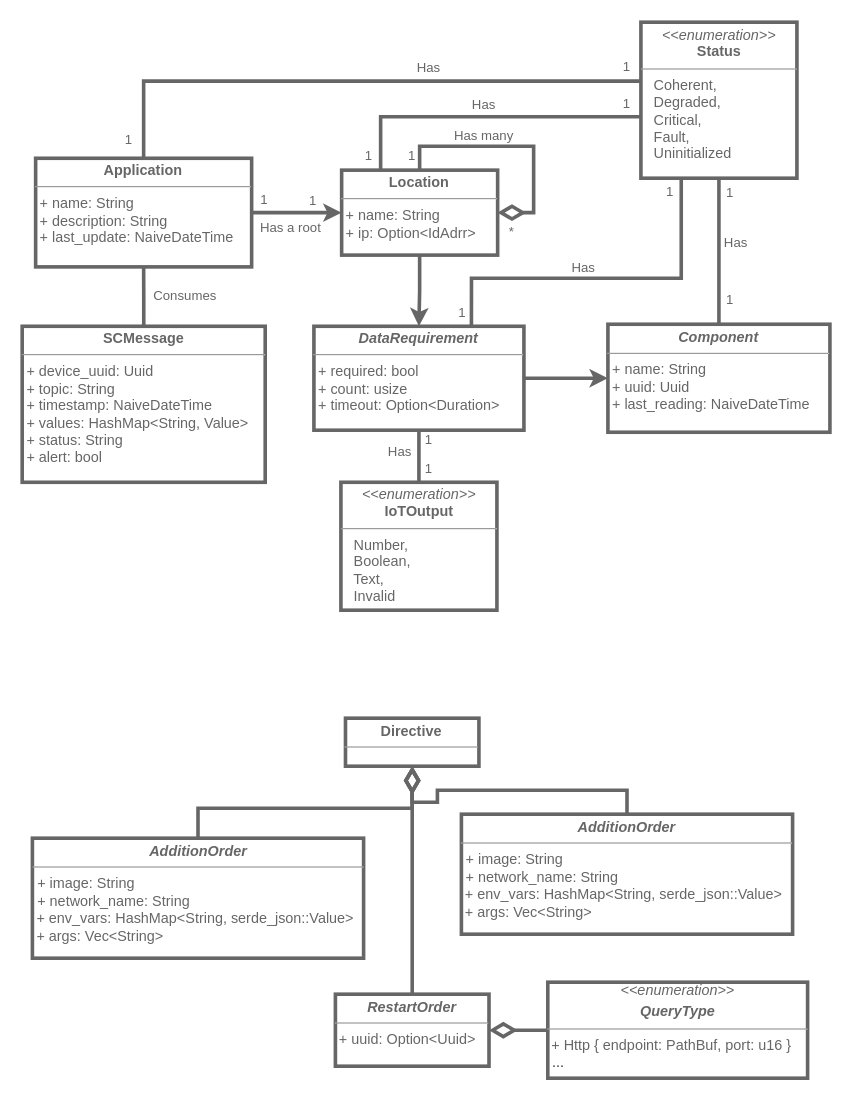
This is 3. Proyecto/metamodel/Metamodel B.drawio from MrDahaniel/StarDuck, a draw.io file, before an edit. Source tidied: cells renumbered, new cells numbered last; positions are measured from the earlier drawing's top-left corner, leaving out a move shared by most shapes. Both pictures are drawn from the tidied source at 120%, with x=0, y=0 at pixel (22, 22).
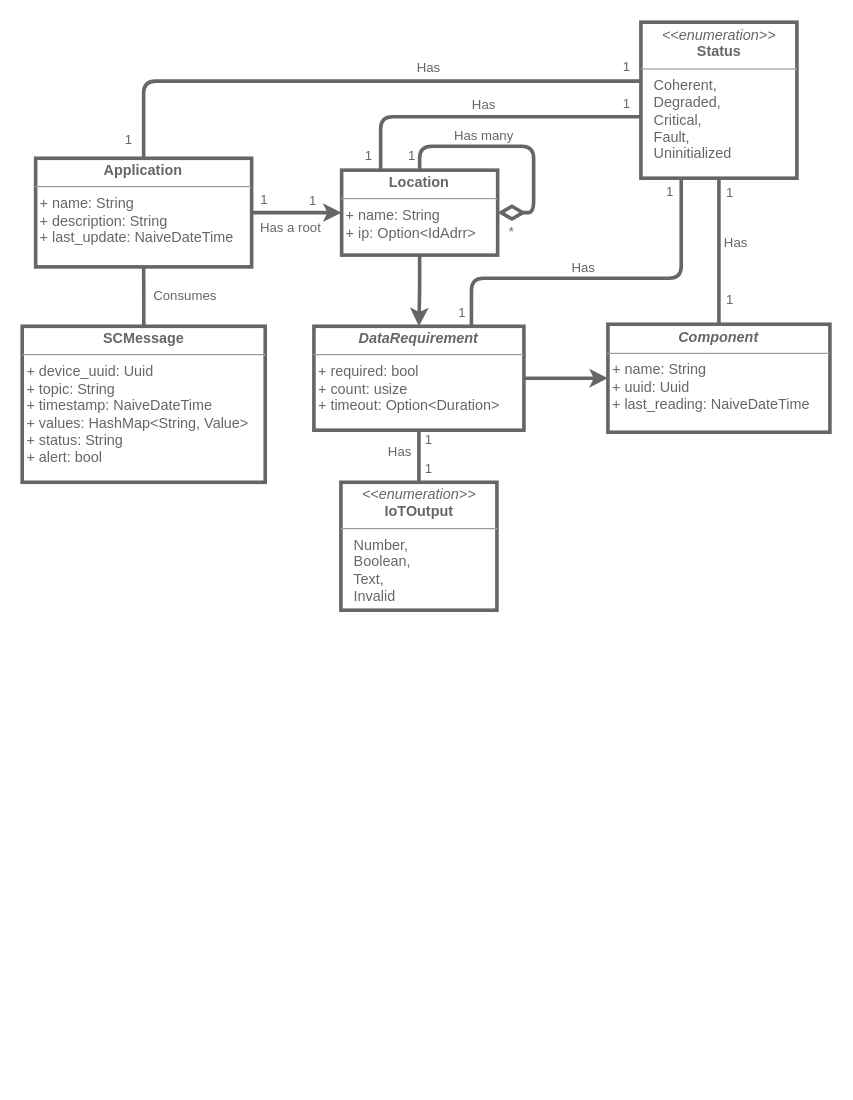
The same diagram, later.

Unchanged cells that the change refers to:
```xml
<mxCell id="2" value="&lt;p style=&quot;margin:0px;margin-top:4px;text-align:center;&quot;&gt;&lt;font color=&quot;#666666&quot;&gt;&lt;b style=&quot;background-color: initial;&quot;&gt;&lt;i&gt;Component&lt;/i&gt;&lt;/b&gt;&lt;br&gt;&lt;/font&gt;&lt;/p&gt;&lt;hr size=&quot;1&quot;&gt;&lt;p style=&quot;margin:0px;margin-left:4px;&quot;&gt;&lt;span style=&quot;background-color: initial;&quot;&gt;&lt;font color=&quot;#666666&quot;&gt;+ name: String&lt;/font&gt;&lt;/span&gt;&lt;/p&gt;&lt;p style=&quot;margin:0px;margin-left:4px;&quot;&gt;&lt;span style=&quot;background-color: initial;&quot;&gt;&lt;font color=&quot;#666666&quot;&gt;+ uuid: Uuid&lt;/font&gt;&lt;/span&gt;&lt;/p&gt;&lt;p style=&quot;margin:0px;margin-left:4px;&quot;&gt;&lt;span style=&quot;background-color: initial;&quot;&gt;&lt;font color=&quot;#666666&quot;&gt;+ last_reading: NaiveDateTime&lt;/font&gt;&lt;/span&gt;&lt;/p&gt;" style="verticalAlign=top;align=left;overflow=fill;fontSize=12;fontFamily=Helvetica;html=1;whiteSpace=wrap;labelBackgroundColor=none;fillColor=#ffffff;strokeColor=#666666;fontColor=#333333;strokeWidth=3;" parent="1" vertex="1">
  <mxGeometry x="488.1" y="251.7" width="185" height="90" as="geometry" />
</mxCell>
<mxCell id="4" value="&lt;p style=&quot;margin:0px;margin-top:4px;text-align:center;&quot;&gt;&lt;font color=&quot;#666666&quot;&gt;&lt;i&gt;&amp;lt;&amp;lt;enumeration&amp;gt;&amp;gt;&lt;/i&gt;&lt;br&gt;&lt;b&gt;Status&lt;/b&gt;&lt;/font&gt;&lt;/p&gt;&lt;hr size=&quot;1&quot;&gt;&lt;p style=&quot;margin:0px;margin-left:4px;&quot;&gt;&lt;font color=&quot;#666666&quot;&gt;&amp;nbsp; Coherent,&lt;/font&gt;&lt;/p&gt;&lt;p style=&quot;margin:0px;margin-left:4px;&quot;&gt;&lt;font color=&quot;#666666&quot;&gt;&amp;nbsp; Degraded,&lt;/font&gt;&lt;/p&gt;&lt;p style=&quot;margin:0px;margin-left:4px;&quot;&gt;&lt;font color=&quot;#666666&quot;&gt;&amp;nbsp; Critical,&lt;/font&gt;&lt;/p&gt;&lt;p style=&quot;margin:0px;margin-left:4px;&quot;&gt;&lt;font color=&quot;#666666&quot;&gt;&amp;nbsp; Fault,&lt;/font&gt;&lt;/p&gt;&lt;p style=&quot;margin:0px;margin-left:4px;&quot;&gt;&lt;font color=&quot;#666666&quot;&gt;&amp;nbsp; Uninitialized&lt;/font&gt;&lt;/p&gt;" style="verticalAlign=top;align=left;overflow=fill;fontSize=12;fontFamily=Helvetica;html=1;whiteSpace=wrap;strokeColor=#666666;fontColor=#333333;fillColor=#ffffff;labelBackgroundColor=none;strokeWidth=3;" parent="1" vertex="1">
  <mxGeometry x="515.6" width="130" height="130" as="geometry" />
</mxCell>
<mxCell id="10" value="&lt;p style=&quot;margin:0px;margin-top:4px;text-align:center;&quot;&gt;&lt;b&gt;&lt;i&gt;&lt;font color=&quot;#666666&quot;&gt;DataRequirement&lt;/font&gt;&lt;/i&gt;&lt;/b&gt;&lt;/p&gt;&lt;hr size=&quot;1&quot;&gt;&lt;p style=&quot;margin:0px;margin-left:4px;&quot;&gt;&lt;font color=&quot;#666666&quot;&gt;+ required: bool&lt;/font&gt;&lt;/p&gt;&lt;p style=&quot;margin:0px;margin-left:4px;&quot;&gt;&lt;font color=&quot;#666666&quot;&gt;+ count: usize&lt;/font&gt;&lt;/p&gt;&lt;p style=&quot;margin:0px;margin-left:4px;&quot;&gt;&lt;font color=&quot;#666666&quot;&gt;&lt;span style=&quot;background-color: initial;&quot;&gt;+ timeout: Option&amp;lt;Duration&amp;gt;&amp;nbsp;&lt;/span&gt;&lt;/font&gt;&lt;/p&gt;&lt;p style=&quot;margin:0px;margin-left:4px;&quot;&gt;&lt;br&gt;&lt;/p&gt;" style="verticalAlign=top;align=left;overflow=fill;fontSize=12;fontFamily=Helvetica;html=1;whiteSpace=wrap;labelBackgroundColor=none;fillColor=#ffffff;fontColor=#333333;strokeColor=#666666;strokeWidth=3;" parent="1" vertex="1">
  <mxGeometry x="243.1" y="253.4" width="175" height="86.6" as="geometry" />
</mxCell>
<mxCell id="13" value="&lt;p style=&quot;margin:0px;margin-top:4px;text-align:center;&quot;&gt;&lt;b&gt;&lt;font color=&quot;#666666&quot;&gt;Application&lt;/font&gt;&lt;/b&gt;&lt;/p&gt;&lt;hr size=&quot;1&quot;&gt;&lt;p style=&quot;margin:0px;margin-left:4px;&quot;&gt;&lt;font color=&quot;#666666&quot;&gt;+ name: String&lt;/font&gt;&lt;/p&gt;&lt;p style=&quot;margin:0px;margin-left:4px;&quot;&gt;&lt;font color=&quot;#666666&quot;&gt;&lt;span style=&quot;background-color: initial;&quot;&gt;+&amp;nbsp;description: String&lt;/span&gt;&lt;br&gt;&lt;/font&gt;&lt;/p&gt;&lt;p style=&quot;margin:0px;margin-left:4px;&quot;&gt;&lt;span style=&quot;background-color: initial;&quot;&gt;&lt;font color=&quot;#666666&quot;&gt;+ last_update: NaiveDateTime&lt;/font&gt;&lt;/span&gt;&lt;/p&gt;&lt;p style=&quot;margin:0px;margin-left:4px;&quot;&gt;&lt;br&gt;&lt;/p&gt;" style="verticalAlign=top;align=left;overflow=fill;fontSize=12;fontFamily=Helvetica;html=1;whiteSpace=wrap;labelBackgroundColor=none;fillColor=#ffffff;strokeColor=#666666;fontColor=#333333;strokeWidth=3;" parent="1" vertex="1">
  <mxGeometry x="11.2" y="113.4" width="180" height="90.5" as="geometry" />
</mxCell>
<mxCell id="15" value="&lt;p style=&quot;margin:0px;margin-top:4px;text-align:center;&quot;&gt;&lt;b&gt;&lt;font color=&quot;#666666&quot;&gt;Location&lt;/font&gt;&lt;/b&gt;&lt;/p&gt;&lt;hr size=&quot;1&quot;&gt;&lt;p style=&quot;margin:0px;margin-left:4px;&quot;&gt;&lt;span style=&quot;color: rgb(102, 102, 102); background-color: initial;&quot;&gt;+ name: String&lt;/span&gt;&lt;br&gt;&lt;/p&gt;&lt;p style=&quot;margin:0px;margin-left:4px;&quot;&gt;&lt;span style=&quot;color: rgb(102, 102, 102); background-color: initial;&quot;&gt;+ ip: Option&amp;lt;IdAdrr&amp;gt;&lt;/span&gt;&lt;/p&gt;&lt;p style=&quot;margin:0px;margin-left:4px;&quot;&gt;&lt;br&gt;&lt;/p&gt;" style="verticalAlign=top;align=left;overflow=fill;fontSize=12;fontFamily=Helvetica;html=1;whiteSpace=wrap;labelBackgroundColor=none;fillColor=#ffffff;strokeColor=#666666;fontColor=#333333;strokeWidth=3;" parent="1" vertex="1">
  <mxGeometry x="266.2" y="123.3" width="130" height="70.8" as="geometry" />
</mxCell>
```

Change to the diagram source:
```diff
@@
-    <mxCell id="7" style="edgeStyle=orthogonalEdgeStyle;shape=connector;rounded=0;jettySize=auto;html=1;labelBackgroundColor=default;strokeColor=#666666;strokeWidth=3;align=center;verticalAlign=middle;fontFamily=Helvetica;fontSize=11;fontColor=default;endArrow=classic;endFill=1;" parent="1" edge="1" source="10" target="2">
+    <mxCell id="7" style="edgeStyle=orthogonalEdgeStyle;shape=connector;rounded=1;jettySize=auto;html=1;labelBackgroundColor=default;strokeColor=#666666;strokeWidth=3;align=center;verticalAlign=middle;fontFamily=Helvetica;fontSize=11;fontColor=default;endArrow=classic;endFill=1;curved=0;" parent="1" edge="1" source="10" target="2">
       <mxGeometry relative="1" as="geometry" />
     </mxCell>
@@
-    <mxCell id="9" style="edgeStyle=orthogonalEdgeStyle;shape=connector;rounded=0;jettySize=auto;html=1;exitX=0.75;exitY=0;exitDx=0;exitDy=0;labelBackgroundColor=default;strokeColor=#666666;strokeWidth=3;align=center;verticalAlign=middle;fontFamily=Helvetica;fontSize=11;fontColor=default;endArrow=none;endFill=0;curved=0;" parent="1" edge="1" source="10" target="4">
+    <mxCell id="9" style="edgeStyle=orthogonalEdgeStyle;shape=connector;rounded=1;jettySize=auto;html=1;exitX=0.75;exitY=0;exitDx=0;exitDy=0;labelBackgroundColor=default;strokeColor=#666666;strokeWidth=3;align=center;verticalAlign=middle;fontFamily=Helvetica;fontSize=11;fontColor=default;endArrow=none;endFill=0;curved=0;" parent="1" edge="1" source="10" target="4">
       <mxGeometry relative="1" as="geometry">
         <Array as="points">
           <mxPoint x="374.2" y="213.4" />
           <mxPoint x="549.2" y="213.4" />
         </Array>
       </mxGeometry>
     </mxCell>
@@
-    <mxCell id="12" style="edgeStyle=orthogonalEdgeStyle;shape=connector;rounded=0;jettySize=auto;html=1;exitX=0.5;exitY=0;exitDx=0;exitDy=0;entryX=0;entryY=0.378;entryDx=0;entryDy=0;labelBackgroundColor=default;strokeColor=#666666;strokeWidth=3;align=center;verticalAlign=middle;fontFamily=Helvetica;fontSize=11;fontColor=default;endArrow=none;endFill=0;curved=0;entryPerimeter=0;startArrow=none;startFill=0;" parent="1" edge="1" source="13" target="4">
+    <mxCell id="12" style="edgeStyle=orthogonalEdgeStyle;shape=connector;rounded=1;jettySize=auto;html=1;exitX=0.5;exitY=0;exitDx=0;exitDy=0;entryX=0;entryY=0.378;entryDx=0;entryDy=0;labelBackgroundColor=default;strokeColor=#666666;strokeWidth=3;align=center;verticalAlign=middle;fontFamily=Helvetica;fontSize=11;fontColor=default;endArrow=none;endFill=0;curved=0;entryPerimeter=0;startArrow=none;startFill=0;" parent="1" edge="1" source="13" target="4">
       <mxGeometry relative="1" as="geometry" />
     </mxCell>
@@
-    <mxCell id="14" style="edgeStyle=orthogonalEdgeStyle;shape=connector;rounded=0;jettySize=auto;html=1;labelBackgroundColor=default;strokeColor=#666666;strokeWidth=3;align=center;verticalAlign=middle;fontFamily=Helvetica;fontSize=11;fontColor=default;endArrow=classic;endFill=1;" parent="1" edge="1" source="15" target="10">
+    <mxCell id="14" style="edgeStyle=orthogonalEdgeStyle;shape=connector;rounded=1;jettySize=auto;html=1;labelBackgroundColor=default;strokeColor=#666666;strokeWidth=3;align=center;verticalAlign=middle;fontFamily=Helvetica;fontSize=11;fontColor=default;endArrow=classic;endFill=1;curved=0;" parent="1" edge="1" source="15" target="10">
       <mxGeometry relative="1" as="geometry" />
     </mxCell>
@@
-    <mxCell id="17" style="edgeStyle=orthogonalEdgeStyle;shape=connector;rounded=0;orthogonalLoop=1;jettySize=auto;html=1;exitX=0.5;exitY=0;exitDx=0;exitDy=0;entryX=1;entryY=0.5;entryDx=0;entryDy=0;labelBackgroundColor=default;strokeColor=#666666;strokeWidth=3;align=center;verticalAlign=middle;fontFamily=Helvetica;fontSize=11;fontColor=default;endArrow=diamondThin;endFill=0;curved=0;endSize=15;startSize=10;" parent="1" edge="1" source="15" target="15">
+    <mxCell id="17" style="edgeStyle=orthogonalEdgeStyle;shape=connector;rounded=1;orthogonalLoop=1;jettySize=auto;html=1;exitX=0.5;exitY=0;exitDx=0;exitDy=0;entryX=1;entryY=0.5;entryDx=0;entryDy=0;labelBackgroundColor=default;strokeColor=#666666;strokeWidth=3;align=center;verticalAlign=middle;fontFamily=Helvetica;fontSize=11;fontColor=default;endArrow=diamondThin;endFill=0;curved=0;endSize=15;startSize=10;" parent="1" edge="1" source="15" target="15">
       <mxGeometry relative="1" as="geometry">
         <Array as="points">
           <mxPoint x="331.2" y="103.4" />
           <mxPoint x="426.2" y="103.4" />
           <mxPoint x="426.2" y="158.4" />
         </Array>
       </mxGeometry>
     </mxCell>
-    <mxCell id="18" style="edgeStyle=orthogonalEdgeStyle;shape=connector;curved=0;rounded=0;jettySize=auto;html=1;exitX=0.25;exitY=0;exitDx=0;exitDy=0;entryX=0.007;entryY=0.606;entryDx=0;entryDy=0;entryPerimeter=0;labelBackgroundColor=default;strokeColor=#666666;strokeWidth=3;align=center;verticalAlign=middle;fontFamily=Helvetica;fontSize=11;fontColor=default;endArrow=none;endFill=0;" parent="1" edge="1" source="15" target="4">
+    <mxCell id="18" style="edgeStyle=orthogonalEdgeStyle;shape=connector;curved=0;rounded=1;jettySize=auto;html=1;exitX=0.25;exitY=0;exitDx=0;exitDy=0;entryX=0.007;entryY=0.606;entryDx=0;entryDy=0;entryPerimeter=0;labelBackgroundColor=default;strokeColor=#666666;strokeWidth=3;align=center;verticalAlign=middle;fontFamily=Helvetica;fontSize=11;fontColor=default;endArrow=none;endFill=0;" parent="1" edge="1" source="15" target="4">
       <mxGeometry relative="1" as="geometry" />
     </mxCell>
@@
-    <mxCell id="41" value="&lt;p style=&quot;margin:0px;margin-top:4px;text-align:center;&quot;&gt;&lt;font color=&quot;#666666&quot;&gt;&lt;b&gt;Directive&lt;/b&gt;&lt;/font&gt;&lt;/p&gt;&lt;hr size=&quot;1&quot;&gt;&lt;p style=&quot;margin:0px;margin-left:4px;&quot;&gt;&lt;br&gt;&lt;/p&gt;" style="verticalAlign=top;align=left;overflow=fill;fontSize=12;fontFamily=Helvetica;html=1;whiteSpace=wrap;strokeColor=#666666;fontColor=#333333;fillColor=#ffffff;labelBackgroundColor=none;strokeWidth=3;" parent="1" vertex="1">
-      <mxGeometry x="269.4" y="580" width="111.2" height="40" as="geometry" />
-    </mxCell>
-    <mxCell id="42" style="edgeStyle=orthogonalEdgeStyle;shape=connector;curved=0;rounded=0;jettySize=auto;html=1;exitX=0.5;exitY=0;exitDx=0;exitDy=0;labelBackgroundColor=default;strokeColor=#666666;strokeWidth=3;align=center;verticalAlign=middle;fontFamily=Helvetica;fontSize=11;fontColor=default;endArrow=diamondThin;endFill=0;startSize=10;endSize=15;" parent="1" edge="1" source="46" target="41">
-      <mxGeometry relative="1" as="geometry" />
-    </mxCell>
-    <mxCell id="43" style="edgeStyle=orthogonalEdgeStyle;shape=connector;curved=0;rounded=0;jettySize=auto;html=1;exitX=0.5;exitY=0;exitDx=0;exitDy=0;labelBackgroundColor=default;strokeColor=#666666;strokeWidth=3;align=center;verticalAlign=middle;fontFamily=Helvetica;fontSize=11;fontColor=default;endArrow=diamondThin;endFill=0;startSize=10;endSize=15;" parent="1" edge="1" source="44" target="41">
-      <mxGeometry relative="1" as="geometry" />
-    </mxCell>
-    <mxCell id="44" value="&lt;p style=&quot;margin:0px;margin-top:4px;text-align:center;&quot;&gt;&lt;font color=&quot;#666666&quot;&gt;&lt;b&gt;&lt;i&gt;RestartOrder&lt;/i&gt;&lt;/b&gt;&lt;/font&gt;&lt;br&gt;&lt;/p&gt;&lt;hr size=&quot;1&quot;&gt;&lt;p style=&quot;margin:0px;margin-left:4px;&quot;&gt;&lt;/p&gt;&lt;font color=&quot;#666666&quot;&gt;&amp;nbsp;+ uuid: Option&amp;lt;Uuid&amp;gt;&lt;/font&gt;&lt;p style=&quot;margin:0px;margin-left:4px;&quot;&gt;&lt;br&gt;&lt;/p&gt;&lt;p style=&quot;margin:0px;margin-left:4px;&quot;&gt;&lt;br&gt;&lt;/p&gt;" style="verticalAlign=top;align=left;overflow=fill;fontSize=12;fontFamily=Helvetica;html=1;whiteSpace=wrap;labelBackgroundColor=none;fillColor=#ffffff;fontColor=#333333;strokeColor=#666666;strokeWidth=3;" parent="1" vertex="1">
-      <mxGeometry x="261" y="810" width="128" height="60" as="geometry" />
-    </mxCell>
-    <mxCell id="45" style="edgeStyle=orthogonalEdgeStyle;shape=connector;curved=0;rounded=0;jettySize=auto;html=1;labelBackgroundColor=default;strokeColor=#666666;strokeWidth=3;align=center;verticalAlign=middle;fontFamily=Helvetica;fontSize=11;fontColor=default;endArrow=diamondThin;endFill=0;startSize=10;endSize=15;" parent="1" edge="1" source="47" target="41">
-      <mxGeometry relative="1" as="geometry" />
-    </mxCell>
-    <mxCell id="46" value="&lt;p style=&quot;margin:0px;margin-top:4px;text-align:center;&quot;&gt;&lt;b&gt;&lt;i&gt;&lt;font color=&quot;#666666&quot;&gt;AdditionOrder&lt;/font&gt;&lt;/i&gt;&lt;/b&gt;&lt;/p&gt;&lt;hr size=&quot;1&quot;&gt;&lt;p style=&quot;margin:0px;margin-left:4px;&quot;&gt;&lt;font color=&quot;#666666&quot;&gt;+ image: String&lt;/font&gt;&lt;/p&gt;&lt;p style=&quot;margin:0px;margin-left:4px;&quot;&gt;&lt;font color=&quot;#666666&quot;&gt;+ network_name: String&lt;/font&gt;&lt;/p&gt;&lt;p style=&quot;margin:0px;margin-left:4px;&quot;&gt;&lt;/p&gt;&lt;font color=&quot;#666666&quot;&gt;&amp;nbsp;+ env_vars: HashMap&amp;lt;String, serde_json::Value&amp;gt;&lt;/font&gt;&lt;p style=&quot;margin:0px;margin-left:4px;&quot;&gt;&lt;/p&gt;&lt;font color=&quot;#666666&quot;&gt;&amp;nbsp;+ args: Vec&amp;lt;String&amp;gt;&lt;/font&gt;&lt;p style=&quot;margin:0px;margin-left:4px;&quot;&gt;&lt;br&gt;&lt;/p&gt;" style="verticalAlign=top;align=left;overflow=fill;fontSize=12;fontFamily=Helvetica;html=1;whiteSpace=wrap;labelBackgroundColor=none;fillColor=#ffffff;fontColor=#333333;strokeColor=#666666;strokeWidth=3;" parent="1" vertex="1">
-      <mxGeometry x="8.5" y="680" width="276" height="100" as="geometry" />
-    </mxCell>
-    <mxCell id="47" value="&lt;p style=&quot;margin:0px;margin-top:4px;text-align:center;&quot;&gt;&lt;b&gt;&lt;i&gt;&lt;font color=&quot;#666666&quot;&gt;AdditionOrder&lt;/font&gt;&lt;/i&gt;&lt;/b&gt;&lt;/p&gt;&lt;hr size=&quot;1&quot;&gt;&lt;p style=&quot;margin:0px;margin-left:4px;&quot;&gt;&lt;font color=&quot;#666666&quot;&gt;+ image: String&lt;/font&gt;&lt;/p&gt;&lt;p style=&quot;margin:0px;margin-left:4px;&quot;&gt;&lt;font color=&quot;#666666&quot;&gt;+ network_name: String&lt;/font&gt;&lt;/p&gt;&lt;p style=&quot;margin:0px;margin-left:4px;&quot;&gt;&lt;/p&gt;&lt;font color=&quot;#666666&quot;&gt;&amp;nbsp;+ env_vars: HashMap&amp;lt;String, serde_json::Value&amp;gt;&lt;/font&gt;&lt;p style=&quot;margin:0px;margin-left:4px;&quot;&gt;&lt;/p&gt;&lt;font color=&quot;#666666&quot;&gt;&amp;nbsp;+ args: Vec&amp;lt;String&amp;gt;&lt;/font&gt;&lt;p style=&quot;margin:0px;margin-left:4px;&quot;&gt;&lt;br&gt;&lt;/p&gt;" style="verticalAlign=top;align=left;overflow=fill;fontSize=12;fontFamily=Helvetica;html=1;whiteSpace=wrap;labelBackgroundColor=none;fillColor=#ffffff;fontColor=#333333;strokeColor=#666666;strokeWidth=3;" parent="1" vertex="1">
-      <mxGeometry x="366" y="660" width="276" height="100" as="geometry" />
-    </mxCell>
-    <mxCell id="48" style="edgeStyle=orthogonalEdgeStyle;shape=connector;curved=0;rounded=0;jettySize=auto;html=1;exitX=0;exitY=0.5;exitDx=0;exitDy=0;labelBackgroundColor=default;strokeColor=#666666;strokeWidth=3;align=center;verticalAlign=middle;fontFamily=Helvetica;fontSize=11;fontColor=default;endArrow=diamondThin;endFill=0;startSize=10;endSize=15;" parent="1" edge="1" source="49" target="44">
-      <mxGeometry relative="1" as="geometry" />
-    </mxCell>
-    <mxCell id="49" value="&lt;i style=&quot;border-color: var(--border-color); color: rgb(102, 102, 102);&quot;&gt;&amp;lt;&amp;lt;enumeration&amp;gt;&amp;gt;&lt;/i&gt;&lt;br style=&quot;border-color: var(--border-color); color: rgb(102, 102, 102);&quot;&gt;&lt;p style=&quot;margin: 4px 0px 0px;&quot;&gt;&lt;font color=&quot;#666666&quot;&gt;&lt;b&gt;&lt;i&gt;QueryType&lt;/i&gt;&lt;/b&gt;&lt;/font&gt;&lt;br&gt;&lt;/p&gt;&lt;hr size=&quot;1&quot;&gt;&lt;p style=&quot;margin:0px;margin-left:4px;&quot;&gt;&lt;/p&gt;&lt;font color=&quot;#666666&quot;&gt;&lt;div style=&quot;text-align: left;&quot;&gt;&lt;span style=&quot;background-color: initial;&quot;&gt;&amp;nbsp;+&amp;nbsp;&lt;/span&gt;&lt;span style=&quot;background-color: initial;&quot;&gt;Http { endpoint: PathBuf, port: u16 }&lt;/span&gt;&lt;/div&gt;&lt;/font&gt;&lt;p style=&quot;text-align: left; margin: 0px 0px 0px 4px;&quot;&gt;...&lt;/p&gt;" style="verticalAlign=top;align=center;overflow=fill;fontSize=12;fontFamily=Helvetica;html=1;whiteSpace=wrap;labelBackgroundColor=none;fillColor=#ffffff;fontColor=#333333;strokeColor=#666666;strokeWidth=3;" parent="1" vertex="1">
-      <mxGeometry x="438" y="800" width="216.5" height="80" as="geometry" />
-    </mxCell>
```
